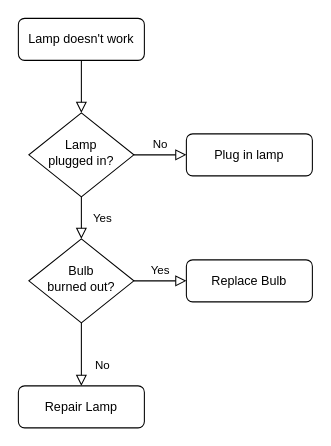
Before: 제목 없는 다이어그램.drawio in chanhee-kang/chanhee-kang, a draw.io diagram. Source tidied: cells renumbered, new cells numbered last; positions are measured from the earlier drawing's top-left corner, leaving out a move shared by most shapes. Both pictures are drawn from the tidied source at 105%, with x=0, y=0 at pixel (18, 18).
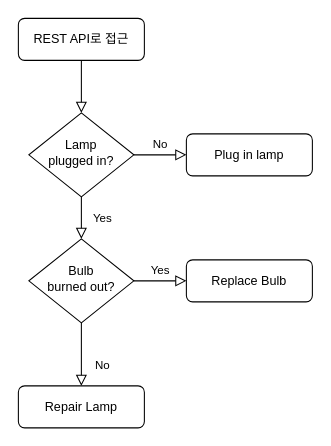
After the change.

Commit message:
제목 없는 다이어그램.drawio 업데이트

The edit, as a diff of the source:
```diff
@@
 <mxGraphModel>
   <root>
     <mxCell id="0" />
     <mxCell id="1" parent="0" />
     <mxCell id="2" style="rounded=0;html=1;jettySize=auto;fontSize=11;endArrow=block;endFill=0;endSize=8;strokeWidth=1;shadow=0;labelBackgroundColor=none;edgeStyle=orthogonalEdgeStyle;" parent="1" edge="1" source="3" target="6">
       <mxGeometry relative="1" as="geometry" />
     </mxCell>
-    <mxCell id="3" value="Lamp doesn't work" style="rounded=1;whiteSpace=wrap;html=1;fontSize=12;glass=0;strokeWidth=1;shadow=0;" parent="1" vertex="1">
+    <mxCell id="3" value="REST API로 접근" style="rounded=1;whiteSpace=wrap;html=1;fontSize=12;glass=0;strokeWidth=1;shadow=0;" parent="1" vertex="1">
       <mxGeometry width="120" height="40" as="geometry" />
     </mxCell>
     <mxCell id="4" value="Yes" style="rounded=0;html=1;jettySize=auto;fontSize=11;endArrow=block;endFill=0;endSize=8;strokeWidth=1;shadow=0;labelBackgroundColor=none;edgeStyle=orthogonalEdgeStyle;" parent="1" edge="1" source="6" target="10">
       <mxGeometry y="20" relative="1" as="geometry" />
     </mxCell>
     <mxCell id="5" value="No" style="edgeStyle=orthogonalEdgeStyle;rounded=0;html=1;jettySize=auto;fontSize=11;endArrow=block;endFill=0;endSize=8;strokeWidth=1;shadow=0;labelBackgroundColor=none;" parent="1" edge="1" source="6" target="7">
       <mxGeometry y="10" relative="1" as="geometry" />
     </mxCell>
     <mxCell id="6" value="Lamp&lt;br&gt;plugged in?" style="rhombus;whiteSpace=wrap;html=1;shadow=0;fontFamily=Helvetica;fontSize=12;align=center;strokeWidth=1;spacing=6;spacingTop=-4;" parent="1" vertex="1">
       <mxGeometry x="10" y="90" width="100" height="80" as="geometry" />
     </mxCell>
     <mxCell id="7" value="Plug in lamp" style="rounded=1;whiteSpace=wrap;html=1;fontSize=12;glass=0;strokeWidth=1;shadow=0;" parent="1" vertex="1">
       <mxGeometry x="160" y="110" width="120" height="40" as="geometry" />
     </mxCell>
     <mxCell id="8" value="No" style="rounded=0;html=1;jettySize=auto;fontSize=11;endArrow=block;endFill=0;endSize=8;strokeWidth=1;shadow=0;labelBackgroundColor=none;edgeStyle=orthogonalEdgeStyle;" parent="1" edge="1" source="10" target="11">
       <mxGeometry x="0.33" y="20" relative="1" as="geometry" />
     </mxCell>
     <mxCell id="9" value="Yes" style="edgeStyle=orthogonalEdgeStyle;rounded=0;html=1;jettySize=auto;fontSize=11;endArrow=block;endFill=0;endSize=8;strokeWidth=1;shadow=0;labelBackgroundColor=none;" parent="1" edge="1" source="10" target="12">
       <mxGeometry y="10" relative="1" as="geometry" />
     </mxCell>
     <mxCell id="10" value="Bulb&lt;br&gt;burned out?" style="rhombus;whiteSpace=wrap;html=1;shadow=0;fontFamily=Helvetica;fontSize=12;align=center;strokeWidth=1;spacing=6;spacingTop=-4;" parent="1" vertex="1">
       <mxGeometry x="10" y="210" width="100" height="80" as="geometry" />
     </mxCell>
     <mxCell id="11" value="Repair Lamp" style="rounded=1;whiteSpace=wrap;html=1;fontSize=12;glass=0;strokeWidth=1;shadow=0;" parent="1" vertex="1">
       <mxGeometry y="350" width="120" height="40" as="geometry" />
     </mxCell>
     <mxCell id="12" value="Replace Bulb" style="rounded=1;whiteSpace=wrap;html=1;fontSize=12;glass=0;strokeWidth=1;shadow=0;" parent="1" vertex="1">
       <mxGeometry x="160" y="230" width="120" height="40" as="geometry" />
     </mxCell>
   </root>
 </mxGraphModel>
```
